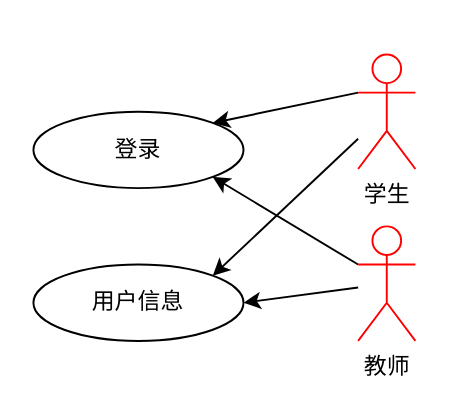
Earlier version of the draw.io diagram ml_case_temp.drawio (azuma1024/drawio). Source tidied: cells renumbered, new cells numbered last; positions are measured from the earlier drawing's top-left corner, leaving out a move shared by most shapes. Both pictures are drawn from the tidied source at 191%, with x=0, y=0 at pixel (32, 53).
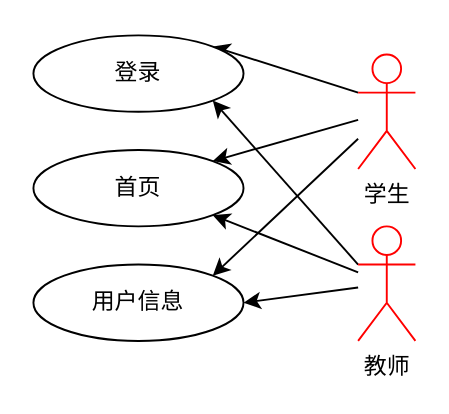
The same page after the edit.

The edit, as a diff of the source:
```diff
@@
 <mxGraphModel>
   <root>
     <mxCell id="0" />
     <mxCell id="1" parent="0" />
     <mxCell id="2" style="rounded=0;jettySize=auto;html=1;exitX=0;exitY=0.3333333333333333;exitDx=0;exitDy=0;exitPerimeter=0;entryX=1;entryY=0;entryDx=0;entryDy=0;" parent="1" edge="1" source="4" target="8">
       <mxGeometry relative="1" as="geometry" />
     </mxCell>
-    <mxCell id="3" style="rounded=0;jettySize=auto;html=1;entryX=1;entryY=0;entryDx=0;entryDy=0;" parent="1" edge="1" source="4" target="9">
+    <mxCell id="3" style="rounded=0;jettySize=auto;html=1;entryX=1;entryY=0;entryDx=0;entryDy=0;" parent="1" edge="1" source="4" target="12">
       <mxGeometry relative="1" as="geometry" />
     </mxCell>
+    <mxCell id="10" style="rounded=0;jettySize=auto;html=1;entryX=1;entryY=0;entryDx=0;entryDy=0;" parent="1" edge="1" source="4" target="9">
+      <mxGeometry relative="1" as="geometry" />
+    </mxCell>
     <mxCell id="4" value="学生" style="shape=umlActor;verticalLabelPosition=bottom;verticalAlign=top;html=1;outlineConnect=0;strokeColor=#FF0000;" parent="1" vertex="1">
       <mxGeometry x="170" width="30" height="60" as="geometry" />
     </mxCell>
     <mxCell id="5" style="rounded=0;jettySize=auto;html=1;entryX=1;entryY=1;entryDx=0;entryDy=0;exitX=0;exitY=0.3333333333333333;exitDx=0;exitDy=0;exitPerimeter=0;" parent="1" edge="1" source="7" target="8">
       <mxGeometry relative="1" as="geometry" />
     </mxCell>
     <mxCell id="6" style="rounded=0;jettySize=auto;html=1;entryX=1;entryY=0.5;entryDx=0;entryDy=0;" parent="1" edge="1" source="7" target="9">
       <mxGeometry relative="1" as="geometry" />
     </mxCell>
+    <mxCell id="11" style="rounded=0;jettySize=auto;html=1;entryX=1;entryY=1;entryDx=0;entryDy=0;" parent="1" edge="1" source="7" target="12">
+      <mxGeometry relative="1" as="geometry" />
+    </mxCell>
     <mxCell id="7" value="教师" style="shape=umlActor;verticalLabelPosition=bottom;verticalAlign=top;html=1;outlineConnect=0;strokeColor=#FF0000;" parent="1" vertex="1">
       <mxGeometry x="170" y="90" width="30" height="60" as="geometry" />
     </mxCell>
     <mxCell id="8" value="登录" style="ellipse;whiteSpace=wrap;html=1;" parent="1" vertex="1">
-      <mxGeometry y="30" width="110" height="40" as="geometry" />
+      <mxGeometry y="-10" width="110" height="40" as="geometry" />
     </mxCell>
     <mxCell id="9" value="用户信息" style="ellipse;whiteSpace=wrap;html=1;" parent="1" vertex="1">
       <mxGeometry y="110" width="110" height="40" as="geometry" />
     </mxCell>
+    <mxCell id="12" value="首页" style="ellipse;whiteSpace=wrap;html=1;" parent="1" vertex="1">
+      <mxGeometry y="50" width="110" height="40" as="geometry" />
+    </mxCell>
   </root>
 </mxGraphModel>
```
